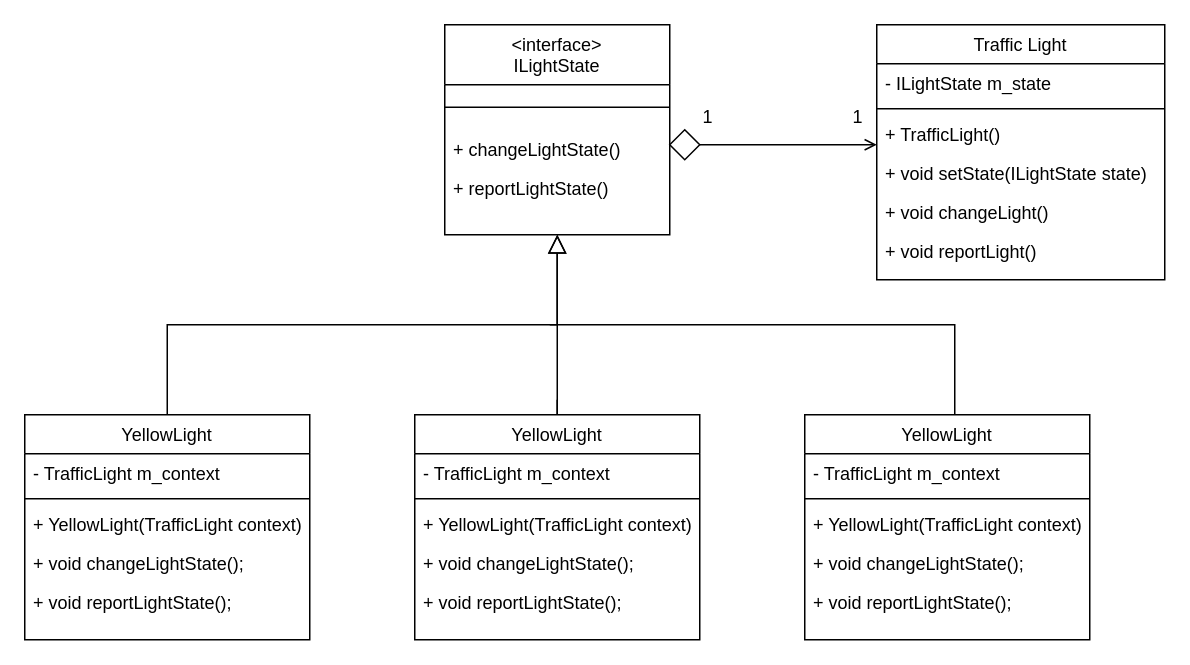
Above: a.drawio in thanh12-dtu-test/thanh8.nguyen-lgepartner.com (draw.io), before the change. Source tidied: cells renumbered, new cells numbered last; positions are measured from the earlier drawing's top-left corner, leaving out a move shared by most shapes. Both pictures are drawn from the tidied source at 150%, with x=0, y=0 at pixel (24, 24).
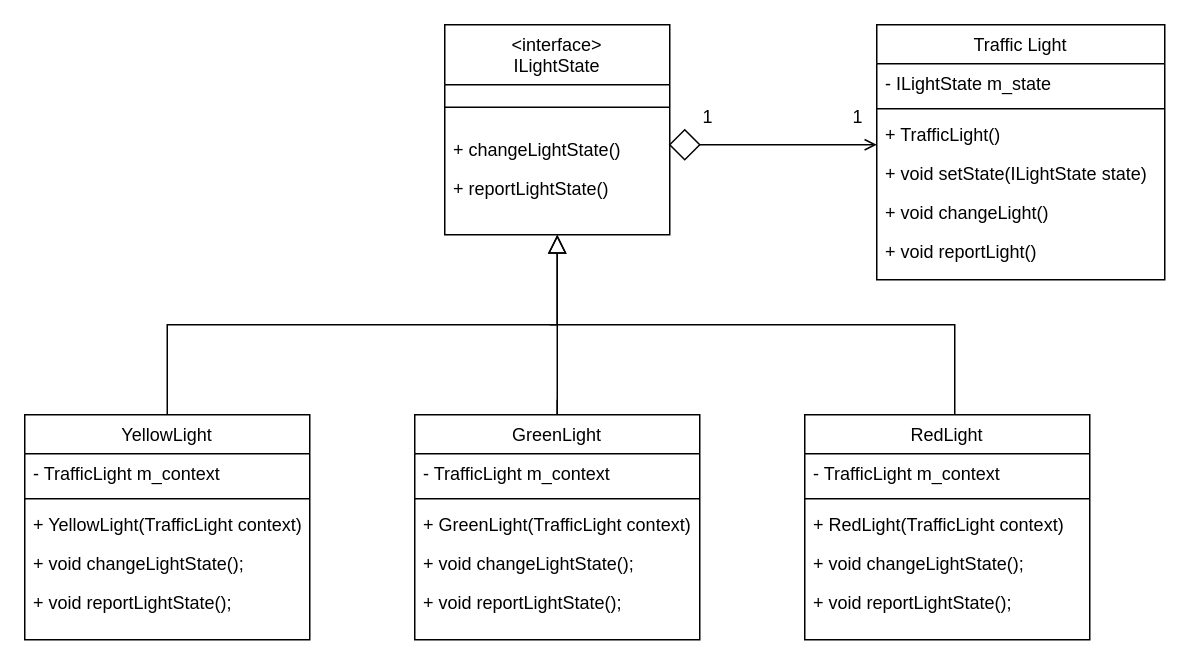
The same page after the edit.

Change to the diagram source:
```diff
@@
-    <mxCell id="25" value="YellowLight" style="swimlane;fontStyle=0;align=center;verticalAlign=top;horizontal=1;startSize=26;rounded=0;shadow=0;strokeWidth=1;" parent="1" vertex="1">
+    <mxCell id="25" value="RedLight" style="swimlane;fontStyle=0;align=center;verticalAlign=top;horizontal=1;startSize=26;rounded=0;shadow=0;strokeWidth=1;" parent="1" vertex="1">
       <mxGeometry x="520" y="260" width="190" height="150" as="geometry" />
     </mxCell>
@@
-    <mxCell id="28" value="+ YellowLight(TrafficLight context)" style="text;align=left;verticalAlign=top;spacingLeft=4;spacingRight=4;overflow=hidden;fontStyle=0;" parent="25" vertex="1">
+    <mxCell id="28" value="+ RedLight(TrafficLight context)" style="text;align=left;verticalAlign=top;spacingLeft=4;spacingRight=4;overflow=hidden;fontStyle=0;" parent="25" vertex="1">
       <mxGeometry y="60" width="190" height="26" as="geometry" />
     </mxCell>
@@
-    <mxCell id="31" value="YellowLight" style="swimlane;fontStyle=0;align=center;verticalAlign=top;horizontal=1;startSize=26;rounded=0;shadow=0;strokeWidth=1;" parent="1" vertex="1">
+    <mxCell id="31" value="GreenLight" style="swimlane;fontStyle=0;align=center;verticalAlign=top;horizontal=1;startSize=26;rounded=0;shadow=0;strokeWidth=1;" parent="1" vertex="1">
       <mxGeometry x="260" y="260" width="190" height="150" as="geometry" />
     </mxCell>
@@
-    <mxCell id="34" value="+ YellowLight(TrafficLight context)" style="text;align=left;verticalAlign=top;spacingLeft=4;spacingRight=4;overflow=hidden;fontStyle=0;" parent="31" vertex="1">
+    <mxCell id="34" value="+ GreenLight(TrafficLight context)" style="text;align=left;verticalAlign=top;spacingLeft=4;spacingRight=4;overflow=hidden;fontStyle=0;" parent="31" vertex="1">
       <mxGeometry y="60" width="190" height="26" as="geometry" />
     </mxCell>
```
